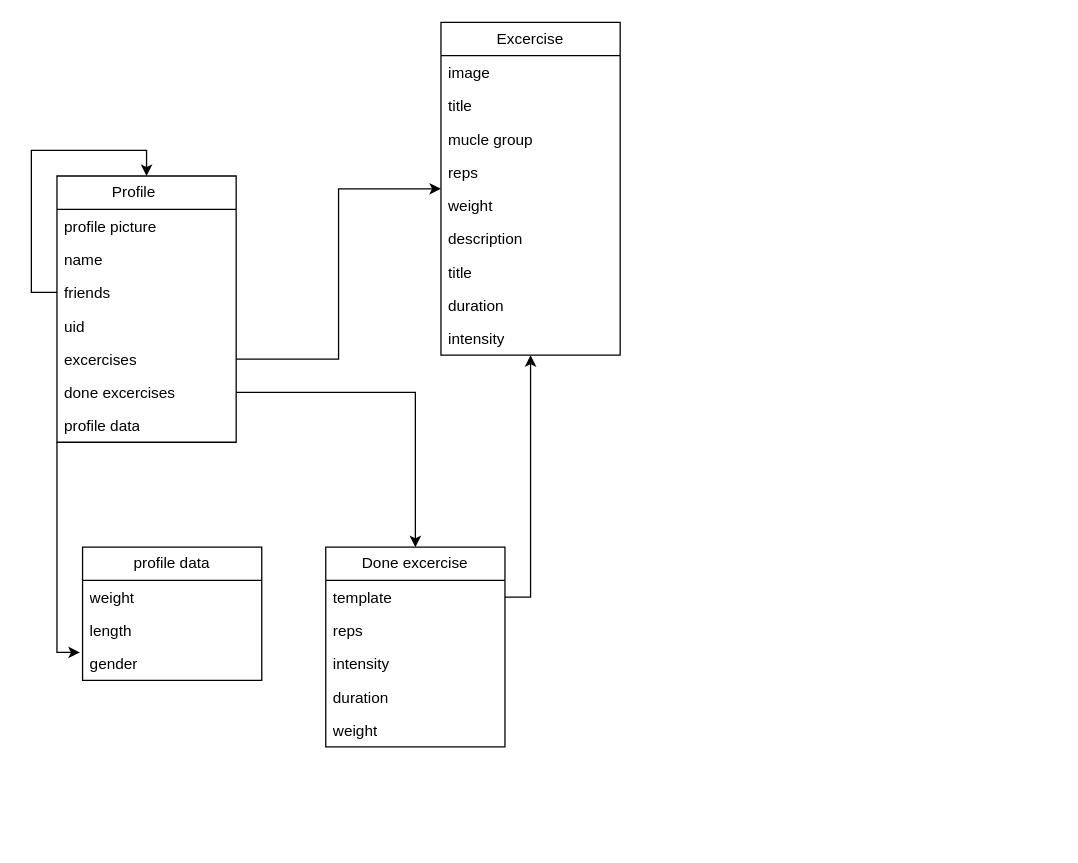
Earlier version of the draw.io diagram frontend/Fittnessdual.drawio (spynetS/Webbutveckling). Source tidied: cells renumbered, new cells numbered last; positions are measured from the earlier drawing's top-left corner, leaving out a move shared by most shapes. Both pictures are drawn from the tidied source at 128%, with x=0, y=0 at pixel (31, 22).
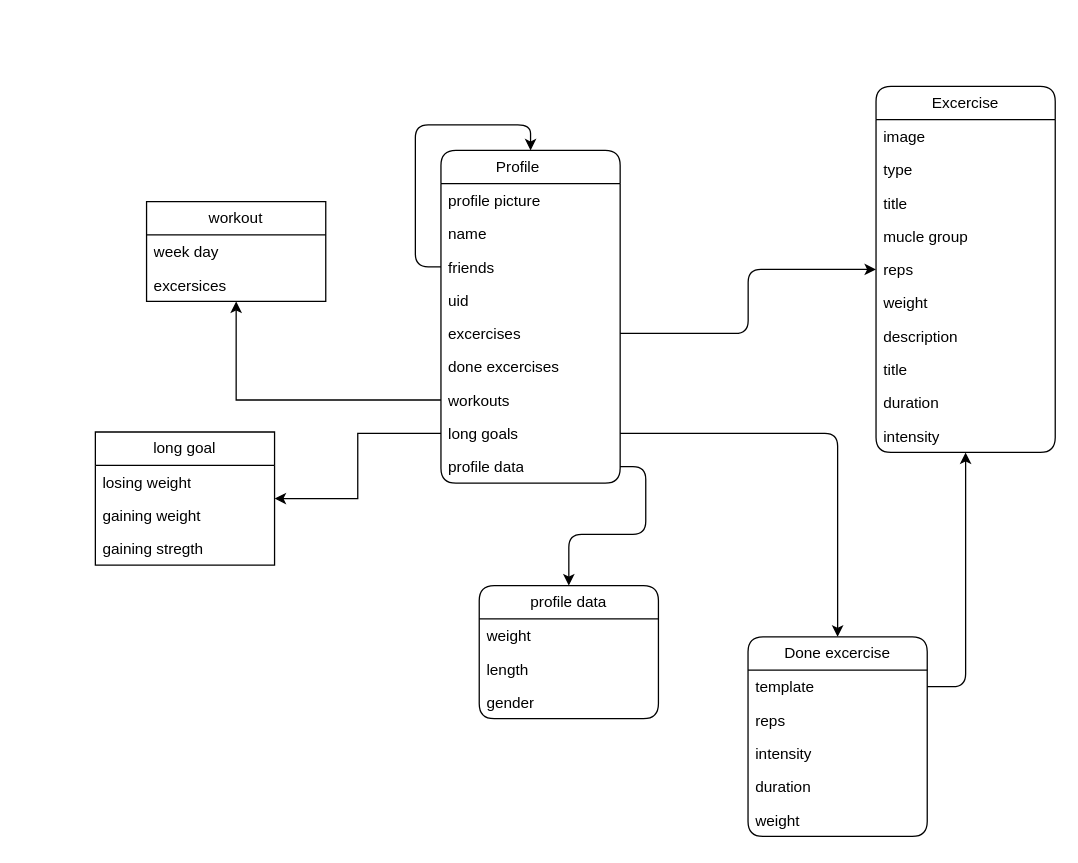
Above is the later version.

What changed in the source:
```diff
@@
-    <mxCell id="2" value="Profile&lt;span style=&quot;white-space: pre;&quot;&gt;&#9;&lt;/span&gt;" style="swimlane;fontStyle=0;horizontal=1;startSize=26;fillColor=none;whiteSpace=wrap;html=1;" parent="1" vertex="1">
-      <mxGeometry x="20" y="120" width="140" height="208" as="geometry" />
+    <mxCell id="2" value="Profile&lt;span style=&quot;white-space: pre;&quot;&gt;&#9;&lt;/span&gt;" style="swimlane;fontStyle=0;horizontal=1;startSize=26;fillColor=none;whiteSpace=wrap;html=1;rounded=1;" parent="1" vertex="1">
+      <mxGeometry x="320" y="100" width="140" height="260" as="geometry" />
     </mxCell>
-    <mxCell id="3" value="profile picture" style="text;strokeColor=none;fillColor=none;align=left;verticalAlign=top;spacingLeft=4;spacingRight=4;overflow=hidden;whiteSpace=wrap;html=1;" parent="2" vertex="1">
+    <mxCell id="3" value="profile picture" style="text;strokeColor=none;fillColor=none;align=left;verticalAlign=top;spacingLeft=4;spacingRight=4;overflow=hidden;whiteSpace=wrap;html=1;rounded=1;" parent="2" vertex="1">
       <mxGeometry y="26" width="140" height="26" as="geometry" />
     </mxCell>
-    <mxCell id="4" value="name" style="text;strokeColor=none;fillColor=none;align=left;verticalAlign=top;spacingLeft=4;spacingRight=4;overflow=hidden;whiteSpace=wrap;html=1;" parent="2" vertex="1">
+    <mxCell id="4" value="name" style="text;strokeColor=none;fillColor=none;align=left;verticalAlign=top;spacingLeft=4;spacingRight=4;overflow=hidden;whiteSpace=wrap;html=1;rounded=1;" parent="2" vertex="1">
       <mxGeometry y="52" width="140" height="26" as="geometry" />
     </mxCell>
-    <mxCell id="5" style="edgeStyle=orthogonalEdgeStyle;rounded=0;jettySize=auto;html=1;entryX=0.5;entryY=0;entryDx=0;entryDy=0;" parent="2" edge="1" source="6" target="2">
+    <mxCell id="5" style="edgeStyle=orthogonalEdgeStyle;rounded=1;jettySize=auto;html=1;entryX=0.5;entryY=0;entryDx=0;entryDy=0;" parent="2" edge="1" source="6" target="2">
       <mxGeometry relative="1" as="geometry">
         <Array as="points">
           <mxPoint x="-20" y="91" />
           <mxPoint x="-20" y="-20" />
           <mxPoint x="70" y="-20" />
         </Array>
       </mxGeometry>
     </mxCell>
-    <mxCell id="6" value="friends&amp;nbsp;" style="text;strokeColor=none;fillColor=none;align=left;verticalAlign=top;spacingLeft=4;spacingRight=4;overflow=hidden;points=[[0,0.5],[1,0.5]];portConstraint=eastwest;whiteSpace=wrap;html=1;" parent="2" vertex="1">
+    <mxCell id="6" value="friends&amp;nbsp;" style="text;strokeColor=none;fillColor=none;align=left;verticalAlign=top;spacingLeft=4;spacingRight=4;overflow=hidden;points=[[0,0.5],[1,0.5]];portConstraint=eastwest;whiteSpace=wrap;html=1;rounded=1;" parent="2" vertex="1">
       <mxGeometry y="78" width="140" height="26" as="geometry" />
     </mxCell>
-    <mxCell id="7" value="uid" style="text;strokeColor=none;fillColor=none;align=left;verticalAlign=top;spacingLeft=4;spacingRight=4;overflow=hidden;whiteSpace=wrap;html=1;" parent="2" vertex="1">
+    <mxCell id="7" value="uid" style="text;strokeColor=none;fillColor=none;align=left;verticalAlign=top;spacingLeft=4;spacingRight=4;overflow=hidden;whiteSpace=wrap;html=1;rounded=1;" parent="2" vertex="1">
       <mxGeometry y="104" width="140" height="26" as="geometry" />
     </mxCell>
-    <mxCell id="8" value="excercises" style="text;strokeColor=none;fillColor=none;align=left;verticalAlign=top;spacingLeft=4;spacingRight=4;overflow=hidden;points=[[0,0.5],[1,0.5]];portConstraint=eastwest;whiteSpace=wrap;html=1;" parent="2" vertex="1">
+    <mxCell id="8" value="excercises" style="text;strokeColor=none;fillColor=none;align=left;verticalAlign=top;spacingLeft=4;spacingRight=4;overflow=hidden;points=[[0,0.5],[1,0.5]];portConstraint=eastwest;whiteSpace=wrap;html=1;rounded=1;" parent="2" vertex="1">
       <mxGeometry y="130" width="140" height="26" as="geometry" />
     </mxCell>
+    <mxCell id="35" value="done excercises" style="text;strokeColor=none;fillColor=none;align=left;verticalAlign=top;spacingLeft=4;spacingRight=4;overflow=hidden;whiteSpace=wrap;html=1;rounded=1;" parent="2" vertex="1">
+      <mxGeometry y="156" width="140" height="26" as="geometry" />
+    </mxCell>
+    <mxCell id="36" value="workouts" style="text;strokeColor=none;fillColor=none;align=left;verticalAlign=top;spacingLeft=4;spacingRight=4;overflow=hidden;points=[[0,0.5],[1,0.5]];portConstraint=eastwest;whiteSpace=wrap;html=1;rounded=1;" parent="2" vertex="1">
+      <mxGeometry y="182" width="140" height="26" as="geometry" />
+    </mxCell>
-    <mxCell id="9" value="done excercises" style="text;strokeColor=none;fillColor=none;align=left;verticalAlign=top;spacingLeft=4;spacingRight=4;overflow=hidden;points=[[0,0.5],[1,0.5]];portConstraint=eastwest;whiteSpace=wrap;html=1;" parent="2" vertex="1">
-      <mxGeometry y="156" width="140" height="26" as="geometry" />
+    <mxCell id="9" value="&lt;div&gt;long goals&lt;/div&gt;&lt;div&gt;&lt;br&gt;&lt;/div&gt;" style="text;strokeColor=none;fillColor=none;align=left;verticalAlign=top;spacingLeft=4;spacingRight=4;overflow=hidden;points=[[0,0.5],[1,0.5]];portConstraint=eastwest;whiteSpace=wrap;html=1;rounded=1;" parent="2" vertex="1">
+      <mxGeometry y="208" width="140" height="26" as="geometry" />
     </mxCell>
-    <mxCell id="10" value="profile data" style="text;strokeColor=none;fillColor=none;align=left;verticalAlign=top;spacingLeft=4;spacingRight=4;overflow=hidden;points=[[0,0.5],[1,0.5]];portConstraint=eastwest;whiteSpace=wrap;html=1;" parent="2" vertex="1">
-      <mxGeometry y="182" width="140" height="26" as="geometry" />
+    <mxCell id="10" value="profile data" style="text;strokeColor=none;fillColor=none;align=left;verticalAlign=top;spacingLeft=4;spacingRight=4;overflow=hidden;points=[[0,0.5],[1,0.5]];portConstraint=eastwest;whiteSpace=wrap;html=1;rounded=1;" parent="2" vertex="1">
+      <mxGeometry y="234" width="140" height="26" as="geometry" />
     </mxCell>
-    <mxCell id="11" value="profile data" style="swimlane;fontStyle=0;horizontal=1;startSize=26;fillColor=none;whiteSpace=wrap;html=1;" parent="1" vertex="1">
-      <mxGeometry x="40" y="410" width="140" height="104" as="geometry" />
+    <mxCell id="11" value="profile data" style="swimlane;fontStyle=0;horizontal=1;startSize=26;fillColor=none;whiteSpace=wrap;html=1;rounded=1;" parent="1" vertex="1">
+      <mxGeometry x="349.9" y="440" width="140" height="104" as="geometry" />
     </mxCell>
-    <mxCell id="12" value="weight" style="text;strokeColor=none;fillColor=none;align=left;verticalAlign=top;spacingLeft=4;spacingRight=4;overflow=hidden;whiteSpace=wrap;html=1;" parent="11" vertex="1">
+    <mxCell id="12" value="weight" style="text;strokeColor=none;fillColor=none;align=left;verticalAlign=top;spacingLeft=4;spacingRight=4;overflow=hidden;whiteSpace=wrap;html=1;rounded=1;" parent="11" vertex="1">
       <mxGeometry y="26" width="140" height="26" as="geometry" />
     </mxCell>
-    <mxCell id="13" value="length" style="text;strokeColor=none;fillColor=none;align=left;verticalAlign=top;spacingLeft=4;spacingRight=4;overflow=hidden;whiteSpace=wrap;html=1;" parent="11" vertex="1">
+    <mxCell id="13" value="length" style="text;strokeColor=none;fillColor=none;align=left;verticalAlign=top;spacingLeft=4;spacingRight=4;overflow=hidden;whiteSpace=wrap;html=1;rounded=1;" parent="11" vertex="1">
       <mxGeometry y="52" width="140" height="26" as="geometry" />
     </mxCell>
-    <mxCell id="14" value="gender" style="text;strokeColor=none;fillColor=none;align=left;verticalAlign=top;spacingLeft=4;spacingRight=4;overflow=hidden;points=[[0,0.5],[1,0.5]];portConstraint=eastwest;whiteSpace=wrap;html=1;" parent="11" vertex="1">
+    <mxCell id="14" value="gender" style="text;strokeColor=none;fillColor=none;align=left;verticalAlign=top;spacingLeft=4;spacingRight=4;overflow=hidden;points=[[0,0.5],[1,0.5]];portConstraint=eastwest;whiteSpace=wrap;html=1;rounded=1;" parent="11" vertex="1">
       <mxGeometry y="78" width="140" height="26" as="geometry" />
     </mxCell>
-    <mxCell id="15" style="edgeStyle=orthogonalEdgeStyle;rounded=0;jettySize=auto;html=1;entryX=-0.015;entryY=0.163;entryDx=0;entryDy=0;entryPerimeter=0;" parent="1" edge="1" source="10" target="14">
-      <mxGeometry relative="1" as="geometry">
-        <Array as="points">
-          <mxPoint x="20" y="375" />
-          <mxPoint x="20" y="492" />
-        </Array>
-      </mxGeometry>
-    </mxCell>
-    <mxCell id="16" value="Excercise" style="swimlane;fontStyle=0;horizontal=1;startSize=26;fillColor=none;whiteSpace=wrap;html=1;" parent="1" vertex="1">
-      <mxGeometry x="320" width="140" height="260" as="geometry" />
+    <mxCell id="16" value="Excercise" style="swimlane;fontStyle=0;horizontal=1;startSize=26;fillColor=none;whiteSpace=wrap;html=1;rounded=1;" parent="1" vertex="1">
+      <mxGeometry x="659.9" y="50" width="140" height="286" as="geometry" />
     </mxCell>
-    <mxCell id="17" value="image" style="text;strokeColor=none;fillColor=none;align=left;verticalAlign=top;spacingLeft=4;spacingRight=4;overflow=hidden;whiteSpace=wrap;html=1;" parent="16" vertex="1">
+    <mxCell id="17" value="image" style="text;strokeColor=none;fillColor=none;align=left;verticalAlign=top;spacingLeft=4;spacingRight=4;overflow=hidden;whiteSpace=wrap;html=1;rounded=1;" parent="16" vertex="1">
       <mxGeometry y="26" width="140" height="26" as="geometry" />
     </mxCell>
+    <mxCell id="37" value="type" style="text;strokeColor=none;fillColor=none;align=left;verticalAlign=top;spacingLeft=4;spacingRight=4;overflow=hidden;whiteSpace=wrap;html=1;rounded=1;" parent="16" vertex="1">
+      <mxGeometry y="52" width="140" height="26" as="geometry" />
+    </mxCell>
-    <mxCell id="18" value="title" style="text;strokeColor=none;fillColor=none;align=left;verticalAlign=top;spacingLeft=4;spacingRight=4;overflow=hidden;whiteSpace=wrap;html=1;" parent="16" vertex="1">
-      <mxGeometry y="52" width="140" height="26" as="geometry" />
+    <mxCell id="18" value="title" style="text;strokeColor=none;fillColor=none;align=left;verticalAlign=top;spacingLeft=4;spacingRight=4;overflow=hidden;whiteSpace=wrap;html=1;rounded=1;" parent="16" vertex="1">
+      <mxGeometry y="78" width="140" height="26" as="geometry" />
     </mxCell>
-    <mxCell id="19" value="&lt;div&gt;mucle group&lt;/div&gt;&lt;div&gt;&lt;br&gt;&lt;/div&gt;" style="text;strokeColor=none;fillColor=none;align=left;verticalAlign=top;spacingLeft=4;spacingRight=4;overflow=hidden;whiteSpace=wrap;html=1;" parent="16" vertex="1">
-      <mxGeometry y="78" width="140" height="26" as="geometry" />
+    <mxCell id="19" value="&lt;div&gt;mucle group&lt;/div&gt;&lt;div&gt;&lt;br&gt;&lt;/div&gt;" style="text;strokeColor=none;fillColor=none;align=left;verticalAlign=top;spacingLeft=4;spacingRight=4;overflow=hidden;whiteSpace=wrap;html=1;rounded=1;" parent="16" vertex="1">
+      <mxGeometry y="104" width="140" height="26" as="geometry" />
     </mxCell>
-    <mxCell id="20" value="&lt;div&gt;reps&lt;/div&gt;&lt;div&gt;&lt;span style=&quot;white-space: pre;&quot;&gt;&#9;&lt;/span&gt;&lt;span style=&quot;white-space: pre;&quot;&gt;&#9;&lt;/span&gt;&lt;br&gt;&lt;/div&gt;" style="text;strokeColor=none;fillColor=none;align=left;verticalAlign=top;spacingLeft=4;spacingRight=4;overflow=hidden;whiteSpace=wrap;html=1;" parent="16" vertex="1">
-      <mxGeometry y="104" width="140" height="26" as="geometry" />
+    <mxCell id="20" value="&lt;div&gt;reps&lt;/div&gt;&lt;div&gt;&lt;span style=&quot;white-space: pre;&quot;&gt;&#9;&lt;/span&gt;&lt;span style=&quot;white-space: pre;&quot;&gt;&#9;&lt;/span&gt;&lt;br&gt;&lt;/div&gt;" style="text;strokeColor=none;fillColor=none;align=left;verticalAlign=top;spacingLeft=4;spacingRight=4;overflow=hidden;whiteSpace=wrap;html=1;rounded=1;" parent="16" vertex="1">
+      <mxGeometry y="130" width="140" height="26" as="geometry" />
     </mxCell>
-    <mxCell id="21" value="weight&lt;span style=&quot;white-space: pre;&quot;&gt;&#9;&lt;/span&gt;" style="text;strokeColor=none;fillColor=none;align=left;verticalAlign=top;spacingLeft=4;spacingRight=4;overflow=hidden;whiteSpace=wrap;html=1;" parent="16" vertex="1">
-      <mxGeometry y="130" width="140" height="26" as="geometry" />
+    <mxCell id="21" value="weight&lt;span style=&quot;white-space: pre;&quot;&gt;&#9;&lt;/span&gt;" style="text;strokeColor=none;fillColor=none;align=left;verticalAlign=top;spacingLeft=4;spacingRight=4;overflow=hidden;whiteSpace=wrap;html=1;rounded=1;" parent="16" vertex="1">
+      <mxGeometry y="156" width="140" height="26" as="geometry" />
     </mxCell>
-    <mxCell id="22" value="description" style="text;strokeColor=none;fillColor=none;align=left;verticalAlign=top;spacingLeft=4;spacingRight=4;overflow=hidden;whiteSpace=wrap;html=1;" parent="16" vertex="1">
-      <mxGeometry y="156" width="140" height="26" as="geometry" />
+    <mxCell id="22" value="description" style="text;strokeColor=none;fillColor=none;align=left;verticalAlign=top;spacingLeft=4;spacingRight=4;overflow=hidden;whiteSpace=wrap;html=1;rounded=1;" parent="16" vertex="1">
+      <mxGeometry y="182" width="140" height="26" as="geometry" />
     </mxCell>
-    <mxCell id="23" value="title" style="text;strokeColor=none;fillColor=none;align=left;verticalAlign=top;spacingLeft=4;spacingRight=4;overflow=hidden;whiteSpace=wrap;html=1;" parent="16" vertex="1">
-      <mxGeometry y="182" width="140" height="26" as="geometry" />
+    <mxCell id="23" value="title" style="text;strokeColor=none;fillColor=none;align=left;verticalAlign=top;spacingLeft=4;spacingRight=4;overflow=hidden;whiteSpace=wrap;html=1;rounded=1;" parent="16" vertex="1">
+      <mxGeometry y="208" width="140" height="26" as="geometry" />
     </mxCell>
-    <mxCell id="24" value="duration" style="text;strokeColor=none;fillColor=none;align=left;verticalAlign=top;spacingLeft=4;spacingRight=4;overflow=hidden;whiteSpace=wrap;html=1;" parent="16" vertex="1">
-      <mxGeometry y="208" width="140" height="26" as="geometry" />
+    <mxCell id="24" value="duration" style="text;strokeColor=none;fillColor=none;align=left;verticalAlign=top;spacingLeft=4;spacingRight=4;overflow=hidden;whiteSpace=wrap;html=1;rounded=1;" parent="16" vertex="1">
+      <mxGeometry y="234" width="140" height="26" as="geometry" />
     </mxCell>
-    <mxCell id="25" value="intensity" style="text;strokeColor=none;fillColor=none;align=left;verticalAlign=top;spacingLeft=4;spacingRight=4;overflow=hidden;whiteSpace=wrap;html=1;" parent="16" vertex="1">
-      <mxGeometry y="234" width="140" height="26" as="geometry" />
+    <mxCell id="25" value="intensity" style="text;strokeColor=none;fillColor=none;align=left;verticalAlign=top;spacingLeft=4;spacingRight=4;overflow=hidden;whiteSpace=wrap;html=1;rounded=1;" parent="16" vertex="1">
+      <mxGeometry y="260" width="140" height="26" as="geometry" />
     </mxCell>
-    <mxCell id="26" style="edgeStyle=orthogonalEdgeStyle;rounded=0;jettySize=auto;html=1;" parent="1" edge="1" source="8" target="16">
+    <mxCell id="26" style="edgeStyle=orthogonalEdgeStyle;rounded=1;jettySize=auto;html=1;" parent="1" edge="1" source="8" target="16">
       <mxGeometry relative="1" as="geometry" />
     </mxCell>
-    <mxCell id="27" value="Done excercise" style="swimlane;fontStyle=0;horizontal=1;startSize=26;fillColor=none;whiteSpace=wrap;html=1;" parent="1" vertex="1">
-      <mxGeometry x="230" y="410" width="140" height="156" as="geometry" />
+    <mxCell id="27" value="Done excercise" style="swimlane;fontStyle=0;horizontal=1;startSize=26;fillColor=none;whiteSpace=wrap;html=1;rounded=1;" parent="1" vertex="1">
+      <mxGeometry x="559.9" y="480" width="140" height="156" as="geometry" />
     </mxCell>
-    <mxCell id="28" value="template" style="text;strokeColor=none;fillColor=none;align=left;verticalAlign=top;spacingLeft=4;spacingRight=4;overflow=hidden;points=[[0,0.5],[1,0.5]];portConstraint=eastwest;whiteSpace=wrap;html=1;" parent="27" vertex="1">
+    <mxCell id="28" value="template" style="text;strokeColor=none;fillColor=none;align=left;verticalAlign=top;spacingLeft=4;spacingRight=4;overflow=hidden;points=[[0,0.5],[1,0.5]];portConstraint=eastwest;whiteSpace=wrap;html=1;rounded=1;" parent="27" vertex="1">
       <mxGeometry y="26" width="140" height="26" as="geometry" />
     </mxCell>
-    <mxCell id="29" value="&lt;div&gt;reps&lt;/div&gt;&lt;div&gt;&lt;span style=&quot;white-space: pre;&quot;&gt;&#9;&lt;/span&gt;&lt;span style=&quot;white-space: pre;&quot;&gt;&#9;&lt;/span&gt;&lt;br&gt;&lt;/div&gt;" style="text;strokeColor=none;fillColor=none;align=left;verticalAlign=top;spacingLeft=4;spacingRight=4;overflow=hidden;whiteSpace=wrap;html=1;" parent="27" vertex="1">
+    <mxCell id="29" value="&lt;div&gt;reps&lt;/div&gt;&lt;div&gt;&lt;span style=&quot;white-space: pre;&quot;&gt;&#9;&lt;/span&gt;&lt;span style=&quot;white-space: pre;&quot;&gt;&#9;&lt;/span&gt;&lt;br&gt;&lt;/div&gt;" style="text;strokeColor=none;fillColor=none;align=left;verticalAlign=top;spacingLeft=4;spacingRight=4;overflow=hidden;whiteSpace=wrap;html=1;rounded=1;" parent="27" vertex="1">
       <mxGeometry y="52" width="140" height="26" as="geometry" />
     </mxCell>
-    <mxCell id="30" value="intensity" style="text;strokeColor=none;fillColor=none;align=left;verticalAlign=top;spacingLeft=4;spacingRight=4;overflow=hidden;whiteSpace=wrap;html=1;" parent="27" vertex="1">
+    <mxCell id="30" value="intensity" style="text;strokeColor=none;fillColor=none;align=left;verticalAlign=top;spacingLeft=4;spacingRight=4;overflow=hidden;whiteSpace=wrap;html=1;rounded=1;" parent="27" vertex="1">
       <mxGeometry y="78" width="140" height="26" as="geometry" />
     </mxCell>
-    <mxCell id="31" value="duration" style="text;strokeColor=none;fillColor=none;align=left;verticalAlign=top;spacingLeft=4;spacingRight=4;overflow=hidden;whiteSpace=wrap;html=1;" parent="27" vertex="1">
+    <mxCell id="31" value="duration" style="text;strokeColor=none;fillColor=none;align=left;verticalAlign=top;spacingLeft=4;spacingRight=4;overflow=hidden;whiteSpace=wrap;html=1;rounded=1;" parent="27" vertex="1">
       <mxGeometry y="104" width="140" height="26" as="geometry" />
     </mxCell>
-    <mxCell id="32" value="weight&lt;span style=&quot;white-space: pre;&quot;&gt;&#9;&lt;/span&gt;" style="text;strokeColor=none;fillColor=none;align=left;verticalAlign=top;spacingLeft=4;spacingRight=4;overflow=hidden;whiteSpace=wrap;html=1;" parent="27" vertex="1">
+    <mxCell id="32" value="weight&lt;span style=&quot;white-space: pre;&quot;&gt;&#9;&lt;/span&gt;" style="text;strokeColor=none;fillColor=none;align=left;verticalAlign=top;spacingLeft=4;spacingRight=4;overflow=hidden;whiteSpace=wrap;html=1;rounded=1;" parent="27" vertex="1">
       <mxGeometry y="130" width="140" height="26" as="geometry" />
     </mxCell>
-    <mxCell id="33" style="edgeStyle=orthogonalEdgeStyle;rounded=0;jettySize=auto;html=1;" parent="1" edge="1" source="9" target="27">
+    <mxCell id="33" style="edgeStyle=orthogonalEdgeStyle;rounded=1;jettySize=auto;html=1;" parent="1" edge="1" source="9" target="27">
       <mxGeometry relative="1" as="geometry" />
     </mxCell>
-    <mxCell id="34" style="edgeStyle=orthogonalEdgeStyle;rounded=0;jettySize=auto;html=1;" parent="1" edge="1" source="28" target="16">
+    <mxCell id="34" style="edgeStyle=orthogonalEdgeStyle;rounded=1;jettySize=auto;html=1;" parent="1" edge="1" source="28" target="16">
       <mxGeometry relative="1" as="geometry" />
     </mxCell>
+    <mxCell id="38" style="edgeStyle=orthogonalEdgeStyle;rounded=1;hachureGap=4;jettySize=auto;html=1;fontFamily=Architects Daughter;" parent="1" edge="1" source="10" target="11">
+      <mxGeometry relative="1" as="geometry" />
+    </mxCell>
+    <mxCell id="39" value="long goal" style="swimlane;fontStyle=0;horizontal=1;startSize=26;fillColor=none;whiteSpace=wrap;html=1;" parent="1" vertex="1">
+      <mxGeometry x="50" y="320" width="140" height="104" as="geometry" />
+    </mxCell>
+    <mxCell id="40" value="losing weight" style="text;strokeColor=none;fillColor=none;align=left;verticalAlign=top;spacingLeft=4;spacingRight=4;overflow=hidden;whiteSpace=wrap;html=1;" parent="39" vertex="1">
+      <mxGeometry y="26" width="140" height="26" as="geometry" />
+    </mxCell>
+    <mxCell id="41" value="gaining weight" style="text;strokeColor=none;fillColor=none;align=left;verticalAlign=top;spacingLeft=4;spacingRight=4;overflow=hidden;whiteSpace=wrap;html=1;" parent="39" vertex="1">
+      <mxGeometry y="52" width="140" height="26" as="geometry" />
+    </mxCell>
+    <mxCell id="42" value="gaining stregth" style="text;strokeColor=none;fillColor=none;align=left;verticalAlign=top;spacingLeft=4;spacingRight=4;overflow=hidden;whiteSpace=wrap;html=1;" parent="39" vertex="1">
+      <mxGeometry y="78" width="140" height="26" as="geometry" />
+    </mxCell>
+    <mxCell id="43" style="edgeStyle=orthogonalEdgeStyle;rounded=0;jettySize=auto;html=1;" parent="1" edge="1" source="9" target="39">
+      <mxGeometry relative="1" as="geometry" />
+    </mxCell>
+    <mxCell id="44" value="workout" style="swimlane;fontStyle=0;horizontal=1;startSize=26;fillColor=none;whiteSpace=wrap;html=1;" parent="1" vertex="1">
+      <mxGeometry x="90" y="140" width="140" height="78" as="geometry" />
+    </mxCell>
+    <mxCell id="45" value="week day" style="text;strokeColor=none;fillColor=none;align=left;verticalAlign=top;spacingLeft=4;spacingRight=4;overflow=hidden;whiteSpace=wrap;html=1;" parent="44" vertex="1">
+      <mxGeometry y="26" width="140" height="26" as="geometry" />
+    </mxCell>
+    <mxCell id="46" value="excersices" style="text;strokeColor=none;fillColor=none;align=left;verticalAlign=top;spacingLeft=4;spacingRight=4;overflow=hidden;whiteSpace=wrap;html=1;" parent="44" vertex="1">
+      <mxGeometry y="52" width="140" height="26" as="geometry" />
+    </mxCell>
+    <mxCell id="47" style="edgeStyle=orthogonalEdgeStyle;rounded=0;jettySize=auto;html=1;" parent="1" edge="1" source="36" target="44">
+      <mxGeometry relative="1" as="geometry" />
+    </mxCell>
```
